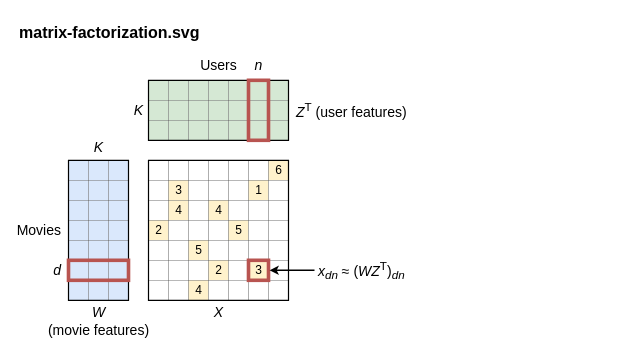
brunomaga/brunomaga.github.io keeps this draw.io diagram as assets/linear-regression-matrix-factorization/linear-regression-matrix-factorization.drawio. Above is the earlier version. Source tidied: cells renumbered, new cells numbered last; positions are measured from the earlier drawing's top-left corner, leaving out a move shared by most shapes. Both pictures are drawn from the tidied source at 100%, with x=0, y=0 at pixel (17, 17).
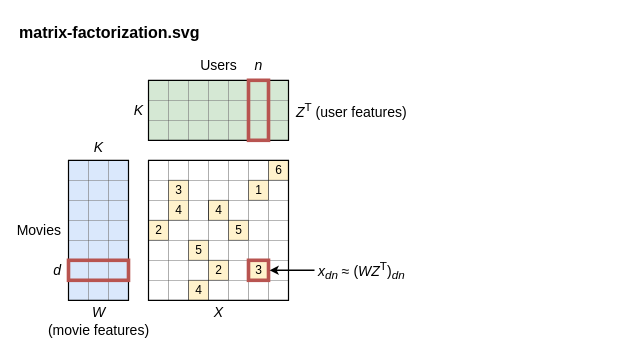
The same diagram, later.

Unchanged cells that the change refers to:
```xml
<mxCell id="3" style="group;fontFamily=Source Sans 3;" parent="1" vertex="1">
  <mxGeometry y="40" width="393.4" height="281.7" as="geometry" />
</mxCell>
```

Change to the diagram source:
```diff
@@
+    <mxCell id="113" style="endArrow=none;startArrow=none;html=1;rounded=0;strokeColor=#000000;strokeWidth=0.4;" parent="3" edge="1">
+      <mxGeometry relative="1" as="geometry">
+        <mxPoint x="251" y="102.8" as="sourcePoint" />
+        <mxPoint x="271" y="122.8" as="targetPoint" />
+        <Array as="points">
+          <mxPoint x="251" y="142.8" />
+          <mxPoint x="231" y="142.8" />
+          <mxPoint x="231" y="122.8" />
+        </Array>
+      </mxGeometry>
+    </mxCell>
@@
+    <mxCell id="114" style="endArrow=none;startArrow=none;html=1;rounded=0;strokeColor=#000000;strokeWidth=0.4;" parent="3" edge="1">
+      <mxGeometry relative="1" as="geometry">
+        <mxPoint x="131" y="162.8" as="sourcePoint" />
+        <mxPoint x="131" y="182.8" as="targetPoint" />
+        <Array as="points">
+          <mxPoint x="171" y="162.8" />
+          <mxPoint x="171" y="122.8" />
+          <mxPoint x="151" y="122.8" />
+          <mxPoint x="151" y="182.8" />
+        </Array>
+      </mxGeometry>
+    </mxCell>
@@
+    <mxCell id="115" style="endArrow=none;startArrow=none;html=1;rounded=0;strokeColor=#000000;strokeWidth=0.4;" parent="3" edge="1">
+      <mxGeometry relative="1" as="geometry">
+        <mxPoint x="191" y="142.8" as="sourcePoint" />
+        <mxPoint x="191" y="162.8" as="targetPoint" />
+        <Array as="points">
+          <mxPoint x="191" y="162.8" />
+          <mxPoint x="231" y="162.8" />
+          <mxPoint x="231" y="182.8" />
+          <mxPoint x="211" y="182.8" />
+          <mxPoint x="211" y="142.8" />
+          <mxPoint x="191" y="142.8" />
+        </Array>
+      </mxGeometry>
+    </mxCell>
@@
+    <mxCell id="116" style="endArrow=none;startArrow=none;html=1;rounded=0;strokeColor=#000000;strokeWidth=0.4;" parent="3" edge="1">
+      <mxGeometry relative="1" as="geometry">
+        <mxPoint x="191" y="242.8" as="sourcePoint" />
+        <mxPoint x="171" y="242.8" as="targetPoint" />
+        <Array as="points">
+          <mxPoint x="191" y="182.8" />
+          <mxPoint x="171" y="182.8" />
+          <mxPoint x="171" y="202.8" />
+          <mxPoint x="211" y="202.8" />
+          <mxPoint x="211" y="222.8" />
+          <mxPoint x="171" y="222.8" />
+        </Array>
+      </mxGeometry>
+    </mxCell>
```
